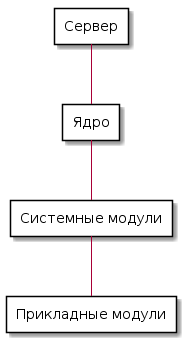
Above: architecture/pic1.png in d-protsenko/tutorials (PlantUML), before the change. Source of this version:
```plantuml
@startuml
rectangle "Сервер" as server {
}

rectangle "Ядро" as core {
}

rectangle "Системные модули" as system_modules  {
}

rectangle "Прикладные модули" as app_modules {
}

server -down- core
core -down- system_modules
system_modules -down- app_modules
@enduml
```
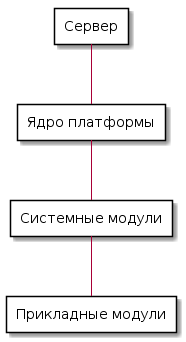
After the commit.

Change to the diagram source:
```diff
@@ -2,7 +2,7 @@
 rectangle "Сервер" as server {
 }
 
-rectangle "Ядро" as core {
+rectangle "Ядро платформы" as core {
 }
 
 rectangle "Системные модули" as system_modules  {
```
